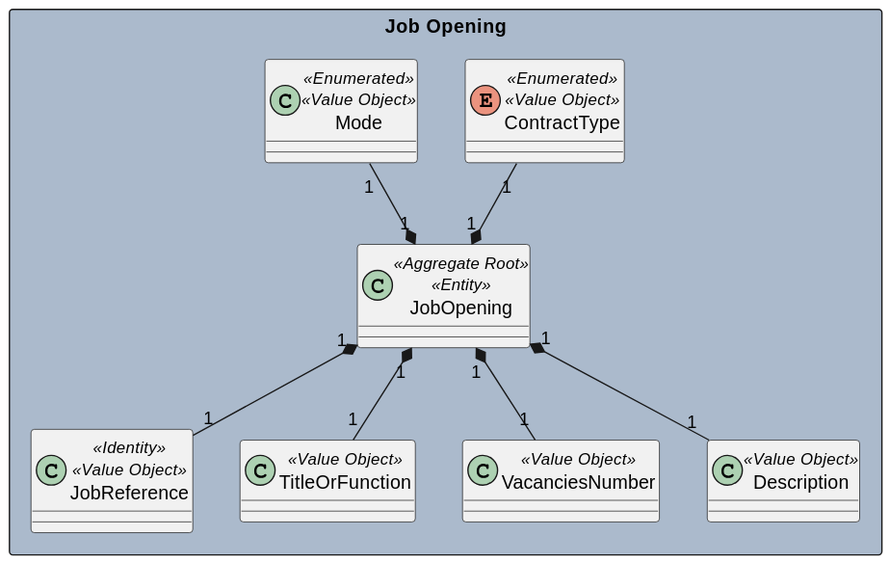
The PlantUML diagram docs/sprintB/1003/svg/1003-domain-model.svg in marcoferreira37/Lapr4, before a commit.
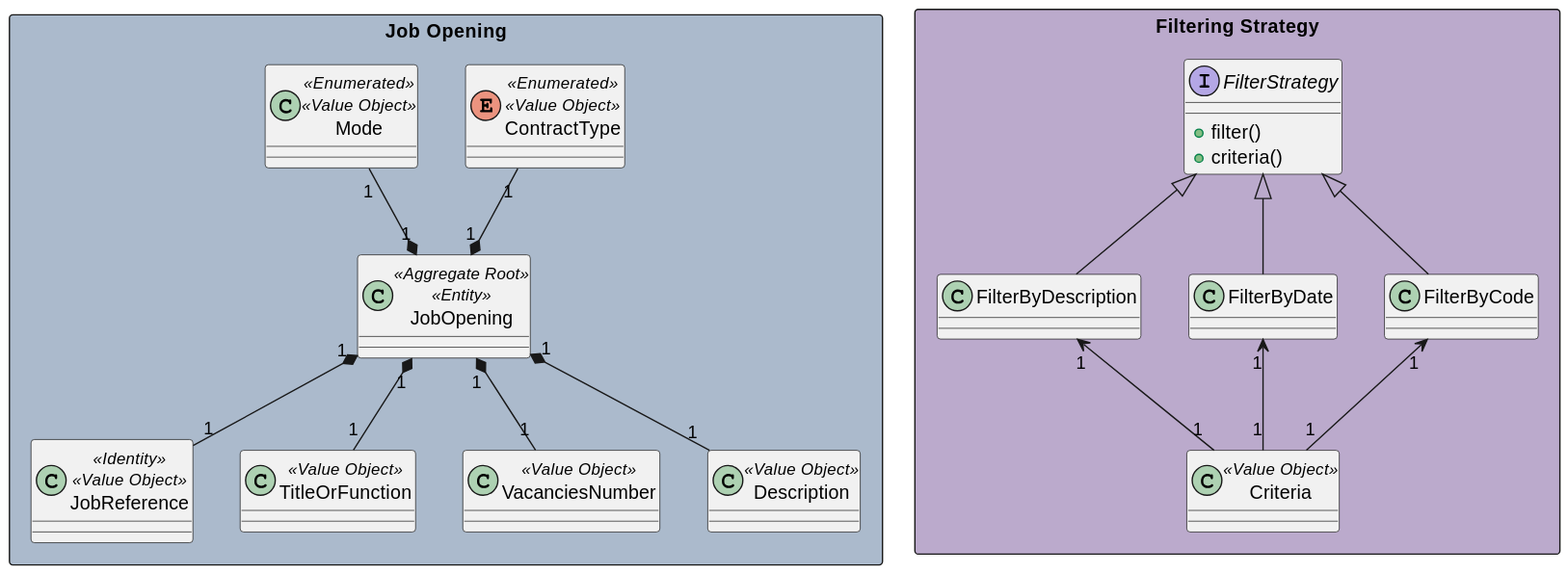
Above is the later version.

What changed in the source:
```diff
@@ -23,6 +23,19 @@
 
 }
 
+rectangle "Filtering Strategy" #bbaacc {
+interface FilterStrategy{
+
+    +filter()
+    +criteria()
+    }
+
+    class Criteria <<Value Object>>{}
+
+    class FilterByDescription extends FilterStrategy{}
+    class FilterByDate extends FilterStrategy{}
+    class FilterByCode extends FilterStrategy {}
+}
 
 
 JobReference "1" -up-* "1" JobOpening
@@ -31,4 +44,8 @@
 Mode "1" --* "1" JobOpening
 Description "1" -up-* "1" JobOpening
 VacanciesNumber "1" -up-* "1" JobOpening
+
+Criteria "1" -up-> "1" FilterByCode
+Criteria "1" -up-> "1" FilterByDate
+Criteria "1" -up-> "1" FilterByDescription
 @enduml
```
